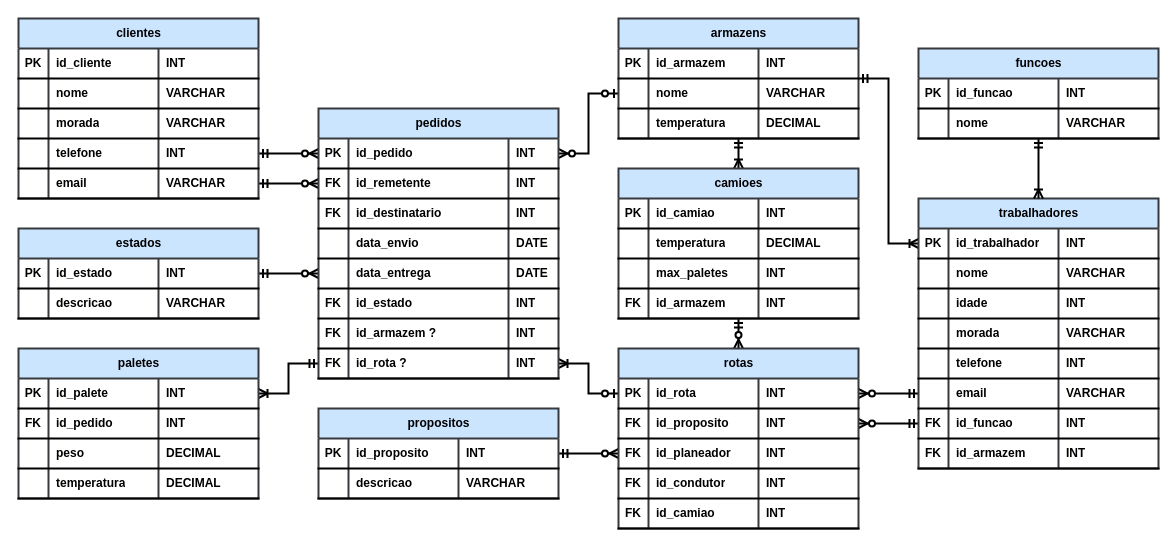
Earlier version of the draw.io diagram page "Diagrama ER (Crow's Foot)" (3 of 3) of Diagramas/diagramas.drawio (VicLourenco40/dwdm-sql-logistica). Source tidied: cells renumbered, new cells numbered last; positions are measured from the earlier drawing's top-left corner, leaving out a move shared by most shapes. Both pictures are drawn from the tidied source at 100%, with x=0, y=0 at pixel (18, 18).
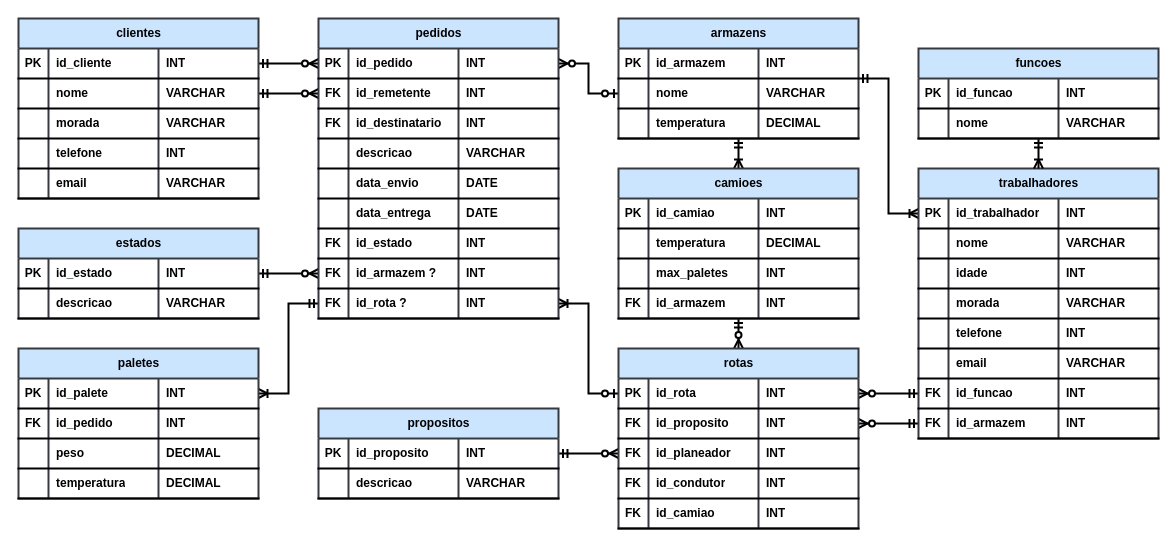
After the change.

The change refers to these unchanged cells:
```xml
<mxCell id="28" style="shape=tableRow;horizontal=0;startSize=0;swimlaneHead=0;swimlaneBody=0;fillColor=none;points=[[0,0.5],[1,0.5]];portConstraint=eastwest;top=0;left=0;right=0;bottom=1;fontStyle=1;strokeWidth=2;labelBackgroundColor=none;" parent="27" vertex="1">
  <mxGeometry y="30" width="240" height="30" as="geometry" />
</mxCell>
<mxCell id="32" style="shape=tableRow;horizontal=0;startSize=0;swimlaneHead=0;swimlaneBody=0;fillColor=none;points=[[0,0.5],[1,0.5]];portConstraint=eastwest;top=0;left=0;right=0;bottom=1;fontStyle=1;strokeWidth=2;labelBackgroundColor=none;" parent="27" vertex="1">
  <mxGeometry y="60" width="240" height="30" as="geometry" />
</mxCell>
<mxCell id="36" style="shape=tableRow;horizontal=0;startSize=0;swimlaneHead=0;swimlaneBody=0;fillColor=none;top=0;left=0;right=0;bottom=1;fontStyle=1;strokeWidth=2;labelBackgroundColor=none;" parent="27" vertex="1">
  <mxGeometry y="90" width="240" height="30" as="geometry" />
</mxCell>
<mxCell id="98" style="shape=tableRow;horizontal=0;startSize=0;swimlaneHead=0;swimlaneBody=0;fillColor=none;points=[[0,0.5],[1,0.5]];portConstraint=eastwest;top=0;left=0;right=0;bottom=1;fontStyle=1;strokeWidth=2;labelBackgroundColor=none;" parent="77" vertex="1">
  <mxGeometry y="180" width="240" height="30" as="geometry" />
</mxCell>
<mxCell id="102" style="shape=tableRow;horizontal=0;startSize=0;swimlaneHead=0;swimlaneBody=0;fillColor=none;points=[[0,0.5],[1,0.5]];portConstraint=eastwest;top=0;left=0;right=0;bottom=1;fontStyle=1;strokeWidth=2;labelBackgroundColor=none;" parent="77" vertex="1">
  <mxGeometry y="210" width="240" height="30" as="geometry" />
</mxCell>
<mxCell id="106" style="shape=tableRow;horizontal=0;startSize=0;swimlaneHead=0;swimlaneBody=0;fillColor=none;points=[[0,0.5],[1,0.5]];portConstraint=eastwest;top=0;left=0;right=0;bottom=1;fontStyle=1;strokeWidth=2;labelBackgroundColor=none;" parent="77" vertex="1">
  <mxGeometry y="240" width="240" height="30" as="geometry" />
</mxCell>
<mxCell id="128" style="shape=tableRow;horizontal=0;startSize=0;swimlaneHead=0;swimlaneBody=0;fillColor=none;points=[[0,0.5],[1,0.5]];portConstraint=eastwest;top=0;left=0;right=0;bottom=1;fontStyle=1;strokeWidth=2;labelBackgroundColor=none;" parent="127" vertex="1">
  <mxGeometry y="30" width="240" height="30" as="geometry" />
</mxCell>
<mxCell id="132" style="shape=tableRow;horizontal=0;startSize=0;swimlaneHead=0;swimlaneBody=0;fillColor=none;points=[[0,0.5],[1,0.5]];portConstraint=eastwest;top=0;left=0;right=0;bottom=1;fontStyle=1;strokeWidth=2;labelBackgroundColor=none;" parent="127" vertex="1">
  <mxGeometry y="60" width="240" height="30" as="geometry" />
</mxCell>
<mxCell id="140" style="shape=tableRow;horizontal=0;startSize=0;swimlaneHead=0;swimlaneBody=0;fillColor=none;points=[[0,0.5],[1,0.5]];portConstraint=eastwest;top=0;left=0;right=0;bottom=1;fontStyle=1;strokeWidth=2;labelBackgroundColor=none;" parent="127" vertex="1">
  <mxGeometry y="120" width="240" height="30" as="geometry" />
</mxCell>
<mxCell id="144" style="shape=tableRow;horizontal=0;startSize=0;swimlaneHead=0;swimlaneBody=0;fillColor=none;points=[[0,0.5],[1,0.5]];portConstraint=eastwest;top=0;left=0;right=0;bottom=1;fontStyle=1;strokeWidth=2;labelBackgroundColor=none;" parent="127" vertex="1">
  <mxGeometry y="150" width="240" height="30" as="geometry" />
</mxCell>
<mxCell id="149" style="shape=tableRow;horizontal=0;startSize=0;swimlaneHead=0;swimlaneBody=0;fillColor=none;points=[[0,0.5],[1,0.5]];portConstraint=eastwest;top=0;left=0;right=0;bottom=1;fontStyle=1;strokeWidth=2;labelBackgroundColor=none;" parent="148" vertex="1">
  <mxGeometry y="30" width="240" height="30" as="geometry" />
</mxCell>
<mxCell id="153" style="shape=tableRow;horizontal=0;startSize=0;swimlaneHead=0;swimlaneBody=0;fillColor=none;points=[[0,0.5],[1,0.5]];portConstraint=eastwest;top=0;left=0;right=0;bottom=1;fontStyle=1;strokeWidth=2;labelBackgroundColor=none;" parent="148" vertex="1">
  <mxGeometry y="60" width="240" height="30" as="geometry" />
</mxCell>
<mxCell id="180" style="shape=tableRow;horizontal=0;startSize=0;swimlaneHead=0;swimlaneBody=0;fillColor=none;points=[[0,0.5],[1,0.5]];portConstraint=eastwest;top=0;left=0;right=0;bottom=1;fontStyle=1;strokeWidth=2;labelBackgroundColor=none;" parent="179" vertex="1">
  <mxGeometry y="30" width="240" height="30" as="geometry" />
</mxCell>
```

Diff of the diagram source:
```diff
@@
-    <mxCell id="7" style="fontSize=12;html=1;endArrow=ERzeroToMany;startArrow=ERmandOne;rounded=0;entryX=1;entryY=0.5;entryDx=0;entryDy=0;exitX=0;exitY=0.5;exitDx=0;exitDy=0;fontStyle=1;strokeWidth=2;labelBackgroundColor=none;fontColor=default;" parent="1" edge="1" source="102" target="153">
+    <mxCell id="7" style="fontSize=12;html=1;endArrow=ERzeroToMany;startArrow=ERmandOne;rounded=0;entryX=1;entryY=0.5;entryDx=0;entryDy=0;exitX=0;exitY=0.5;exitDx=0;exitDy=0;fontStyle=1;strokeWidth=2;labelBackgroundColor=none;fontColor=default;" parent="1" edge="1" source="106" target="153">
       <mxGeometry relative="1" as="geometry" />
     </mxCell>
-    <mxCell id="8" style="fontSize=12;html=1;endArrow=ERzeroToMany;startArrow=ERmandOne;rounded=0;elbow=vertical;fontStyle=1;strokeWidth=2;labelBackgroundColor=none;fontColor=default;" parent="1" edge="1" source="98" target="149">
+    <mxCell id="8" style="fontSize=12;html=1;endArrow=ERzeroToMany;startArrow=ERmandOne;rounded=0;elbow=vertical;fontStyle=1;strokeWidth=2;labelBackgroundColor=none;fontColor=default;exitX=0;exitY=0.5;exitDx=0;exitDy=0;" parent="1" edge="1" source="102" target="149">
       <mxGeometry relative="1" as="geometry" />
     </mxCell>
-    <mxCell id="9" style="fontSize=12;html=1;endArrow=ERzeroToMany;startArrow=ERmandOne;rounded=0;entryX=0;entryY=0.5;entryDx=0;entryDy=0;exitX=1;exitY=0.5;exitDx=0;exitDy=0;fontStyle=1;strokeWidth=2;labelBackgroundColor=none;fontColor=default;" parent="1" edge="1" source="140" target="28">
+    <mxCell id="9" style="fontSize=12;html=1;endArrow=ERzeroToMany;startArrow=ERmandOne;rounded=0;entryX=0;entryY=0.5;entryDx=0;entryDy=0;exitX=1;exitY=0.5;exitDx=0;exitDy=0;fontStyle=1;strokeWidth=2;labelBackgroundColor=none;fontColor=default;" parent="1" edge="1" source="128" target="28">
       <mxGeometry relative="1" as="geometry" />
     </mxCell>
-    <mxCell id="10" style="fontSize=12;html=1;endArrow=ERzeroToMany;startArrow=ERmandOne;rounded=0;entryX=0;entryY=0.5;entryDx=0;entryDy=0;exitX=1;exitY=0.5;exitDx=0;exitDy=0;fontStyle=1;strokeWidth=2;labelBackgroundColor=none;fontColor=default;" parent="1" edge="1" source="144" target="32">
+    <mxCell id="10" style="fontSize=12;html=1;endArrow=ERzeroToMany;startArrow=ERmandOne;rounded=0;entryX=0;entryY=0.5;entryDx=0;entryDy=0;exitX=1;exitY=0.5;exitDx=0;exitDy=0;fontStyle=1;strokeWidth=2;labelBackgroundColor=none;fontColor=default;" parent="1" edge="1" source="132" target="32">
       <mxGeometry relative="1" as="geometry" />
     </mxCell>
-    <mxCell id="11" style="edgeStyle=entityRelationEdgeStyle;fontSize=12;html=1;endArrow=ERzeroToMany;startArrow=ERmandOne;rounded=0;exitX=1;exitY=0.5;exitDx=0;exitDy=0;entryX=0;entryY=0.5;entryDx=0;entryDy=0;fontStyle=1;strokeWidth=2;labelBackgroundColor=none;fontColor=default;" parent="1" edge="1" source="180" target="44">
+    <mxCell id="11" style="edgeStyle=entityRelationEdgeStyle;fontSize=12;html=1;endArrow=ERzeroToMany;startArrow=ERmandOne;rounded=0;exitX=1;exitY=0.5;exitDx=0;exitDy=0;entryX=0;entryY=0.5;entryDx=0;entryDy=0;fontStyle=1;strokeWidth=2;labelBackgroundColor=none;fontColor=default;" parent="1" edge="1" source="180" target="52">
       <mxGeometry relative="1" as="geometry" />
     </mxCell>
@@
     <mxCell id="27" value="pedidos" style="shape=table;startSize=30;childLayout=tableLayout;rowLines=0;fontStyle=1;align=center;html=1;strokeWidth=2;labelBackgroundColor=none;swimlaneFillColor=default;fillColor=#cce5ff;strokeColor=#36393d;" parent="1" vertex="1">
-      <mxGeometry x="300" y="90" width="240" height="270" as="geometry" />
+      <mxGeometry x="300" width="240" height="300" as="geometry" />
     </mxCell>
@@
     <mxCell id="30" value="id_pedido" style="shape=partialRectangle;fillColor=none;top=0;left=0;bottom=0;right=0;align=left;spacingLeft=6;fontStyle=1;overflow=hidden;whiteSpace=wrap;html=1;strokeWidth=2;labelBackgroundColor=none;" parent="28" vertex="1">
-      <mxGeometry x="30" width="160" height="30" as="geometry" />
+      <mxGeometry x="30" width="110" height="30" as="geometry" />
     </mxCell>
     <mxCell id="31" value="INT" style="shape=partialRectangle;fillColor=none;top=0;left=0;bottom=0;right=0;align=left;spacingLeft=6;fontStyle=1;overflow=hidden;whiteSpace=wrap;html=1;strokeWidth=2;labelBackgroundColor=none;" parent="28" vertex="1">
-      <mxGeometry x="190" width="50" height="30" as="geometry" />
+      <mxGeometry x="140" width="100" height="30" as="geometry" />
     </mxCell>
@@
     <mxCell id="34" value="id_remetente" style="shape=partialRectangle;fillColor=none;top=0;left=0;bottom=0;right=0;align=left;spacingLeft=6;fontStyle=1;overflow=hidden;whiteSpace=wrap;html=1;strokeWidth=2;labelBackgroundColor=none;" parent="32" vertex="1">
-      <mxGeometry x="30" width="160" height="30" as="geometry" />
+      <mxGeometry x="30" width="110" height="30" as="geometry" />
     </mxCell>
     <mxCell id="35" value="INT" style="shape=partialRectangle;fillColor=none;top=0;left=0;bottom=0;right=0;align=left;spacingLeft=6;fontStyle=1;overflow=hidden;whiteSpace=wrap;html=1;strokeWidth=2;labelBackgroundColor=none;" parent="32" vertex="1">
-      <mxGeometry x="190" width="50" height="30" as="geometry" />
+      <mxGeometry x="140" width="100" height="30" as="geometry" />
     </mxCell>
@@
     <mxCell id="38" value="id_destinatario" style="shape=partialRectangle;fillColor=none;top=0;left=0;bottom=0;right=0;align=left;spacingLeft=6;fontStyle=1;overflow=hidden;whiteSpace=wrap;html=1;strokeWidth=2;labelBackgroundColor=none;" parent="36" vertex="1">
-      <mxGeometry x="30" width="160" height="30" as="geometry" />
+      <mxGeometry x="30" width="110" height="30" as="geometry" />
     </mxCell>
     <mxCell id="39" value="INT" style="shape=partialRectangle;fillColor=none;top=0;left=0;bottom=0;right=0;align=left;spacingLeft=6;fontStyle=1;overflow=hidden;whiteSpace=wrap;html=1;strokeWidth=2;labelBackgroundColor=none;" parent="36" vertex="1">
-      <mxGeometry x="190" width="50" height="30" as="geometry" />
+      <mxGeometry x="140" width="100" height="30" as="geometry" />
     </mxCell>
+    <mxCell id="197" style="shape=tableRow;horizontal=0;startSize=0;swimlaneHead=0;swimlaneBody=0;fillColor=none;top=0;left=0;right=0;bottom=1;fontStyle=1;strokeWidth=2;labelBackgroundColor=none;" parent="27" vertex="1">
+      <mxGeometry y="120" width="240" height="30" as="geometry" />
+    </mxCell>
+    <mxCell id="198" style="shape=partialRectangle;fillColor=none;top=0;left=0;bottom=0;right=0;fontStyle=1;overflow=hidden;whiteSpace=wrap;html=1;strokeWidth=2;labelBackgroundColor=none;" parent="197" vertex="1">
+      <mxGeometry width="30" height="30" as="geometry" />
+    </mxCell>
+    <mxCell id="199" value="descricao" style="shape=partialRectangle;fillColor=none;top=0;left=0;bottom=0;right=0;align=left;spacingLeft=6;fontStyle=1;overflow=hidden;whiteSpace=wrap;html=1;strokeWidth=2;labelBackgroundColor=none;" parent="197" vertex="1">
+      <mxGeometry x="30" width="110" height="30" as="geometry" />
+    </mxCell>
+    <mxCell id="200" value="VARCHAR" style="shape=partialRectangle;fillColor=none;top=0;left=0;bottom=0;right=0;align=left;spacingLeft=6;fontStyle=1;overflow=hidden;whiteSpace=wrap;html=1;strokeWidth=2;labelBackgroundColor=none;" parent="197" vertex="1">
+      <mxGeometry x="140" width="100" height="30" as="geometry" />
+    </mxCell>
     <mxCell id="40" style="shape=tableRow;horizontal=0;startSize=0;swimlaneHead=0;swimlaneBody=0;fillColor=none;top=0;left=0;right=0;bottom=1;fontStyle=1;strokeWidth=2;labelBackgroundColor=none;" parent="27" vertex="1">
-      <mxGeometry y="120" width="240" height="30" as="geometry" />
+      <mxGeometry y="150" width="240" height="30" as="geometry" />
     </mxCell>
@@
     <mxCell id="42" value="data_envio" style="shape=partialRectangle;fillColor=none;top=0;left=0;bottom=0;right=0;align=left;spacingLeft=6;fontStyle=1;overflow=hidden;whiteSpace=wrap;html=1;strokeWidth=2;labelBackgroundColor=none;" parent="40" vertex="1">
-      <mxGeometry x="30" width="160" height="30" as="geometry" />
+      <mxGeometry x="30" width="110" height="30" as="geometry" />
     </mxCell>
     <mxCell id="43" value="DATE" style="shape=partialRectangle;fillColor=none;top=0;left=0;bottom=0;right=0;align=left;spacingLeft=6;fontStyle=1;overflow=hidden;whiteSpace=wrap;html=1;strokeWidth=2;labelBackgroundColor=none;" parent="40" vertex="1">
-      <mxGeometry x="190" width="50" height="30" as="geometry" />
+      <mxGeometry x="140" width="100" height="30" as="geometry" />
     </mxCell>
     <mxCell id="44" style="shape=tableRow;horizontal=0;startSize=0;swimlaneHead=0;swimlaneBody=0;fillColor=none;points=[[0,0.5],[1,0.5]];portConstraint=eastwest;top=0;left=0;right=0;bottom=1;fontStyle=1;strokeWidth=2;labelBackgroundColor=none;" parent="27" vertex="1">
-      <mxGeometry y="150" width="240" height="30" as="geometry" />
+      <mxGeometry y="180" width="240" height="30" as="geometry" />
     </mxCell>
@@
     <mxCell id="46" value="data_entrega" style="shape=partialRectangle;fillColor=none;top=0;left=0;bottom=0;right=0;align=left;spacingLeft=6;fontStyle=1;overflow=hidden;whiteSpace=wrap;html=1;strokeWidth=2;labelBackgroundColor=none;" parent="44" vertex="1">
-      <mxGeometry x="30" width="160" height="30" as="geometry" />
+      <mxGeometry x="30" width="110" height="30" as="geometry" />
     </mxCell>
     <mxCell id="47" value="DATE" style="shape=partialRectangle;fillColor=none;top=0;left=0;bottom=0;right=0;align=left;spacingLeft=6;fontStyle=1;overflow=hidden;whiteSpace=wrap;html=1;strokeWidth=2;labelBackgroundColor=none;" parent="44" vertex="1">
-      <mxGeometry x="190" width="50" height="30" as="geometry" />
+      <mxGeometry x="140" width="100" height="30" as="geometry" />
     </mxCell>
     <mxCell id="48" style="shape=tableRow;horizontal=0;startSize=0;swimlaneHead=0;swimlaneBody=0;fillColor=none;top=0;left=0;right=0;bottom=1;fontStyle=1;strokeWidth=2;labelBackgroundColor=none;" parent="27" vertex="1">
-      <mxGeometry y="180" width="240" height="30" as="geometry" />
+      <mxGeometry y="210" width="240" height="30" as="geometry" />
     </mxCell>
@@
     <mxCell id="50" value="id_estado" style="shape=partialRectangle;fillColor=none;top=0;left=0;bottom=0;right=0;align=left;spacingLeft=6;fontStyle=1;overflow=hidden;whiteSpace=wrap;html=1;strokeWidth=2;labelBackgroundColor=none;" parent="48" vertex="1">
-      <mxGeometry x="30" width="160" height="30" as="geometry" />
+      <mxGeometry x="30" width="110" height="30" as="geometry" />
     </mxCell>
     <mxCell id="51" value="INT" style="shape=partialRectangle;fillColor=none;top=0;left=0;bottom=0;right=0;align=left;spacingLeft=6;fontStyle=1;overflow=hidden;whiteSpace=wrap;html=1;strokeWidth=2;labelBackgroundColor=none;" parent="48" vertex="1">
-      <mxGeometry x="190" width="50" height="30" as="geometry" />
+      <mxGeometry x="140" width="100" height="30" as="geometry" />
     </mxCell>
     <mxCell id="52" style="shape=tableRow;horizontal=0;startSize=0;swimlaneHead=0;swimlaneBody=0;fillColor=none;points=[[0,0.5],[1,0.5]];portConstraint=eastwest;top=0;left=0;right=0;bottom=1;fontStyle=1;strokeWidth=2;labelBackgroundColor=none;" parent="27" vertex="1">
-      <mxGeometry y="210" width="240" height="30" as="geometry" />
+      <mxGeometry y="240" width="240" height="30" as="geometry" />
     </mxCell>
@@
     <mxCell id="54" value="id_armazem ?" style="shape=partialRectangle;fillColor=none;top=0;left=0;bottom=0;right=0;align=left;spacingLeft=6;fontStyle=1;overflow=hidden;whiteSpace=wrap;html=1;strokeWidth=2;labelBackgroundColor=none;" parent="52" vertex="1">
-      <mxGeometry x="30" width="160" height="30" as="geometry" />
+      <mxGeometry x="30" width="110" height="30" as="geometry" />
     </mxCell>
     <mxCell id="55" value="INT" style="shape=partialRectangle;fillColor=none;top=0;left=0;bottom=0;right=0;align=left;spacingLeft=6;fontStyle=1;overflow=hidden;whiteSpace=wrap;html=1;strokeWidth=2;labelBackgroundColor=none;" parent="52" vertex="1">
-      <mxGeometry x="190" width="50" height="30" as="geometry" />
+      <mxGeometry x="140" width="100" height="30" as="geometry" />
     </mxCell>
     <mxCell id="56" style="shape=tableRow;horizontal=0;startSize=0;swimlaneHead=0;swimlaneBody=0;fillColor=none;points=[[0,0.5],[1,0.5]];portConstraint=eastwest;top=0;left=0;right=0;bottom=1;fontStyle=1;strokeWidth=2;labelBackgroundColor=none;" parent="27" vertex="1">
-      <mxGeometry y="240" width="240" height="30" as="geometry" />
+      <mxGeometry y="270" width="240" height="30" as="geometry" />
     </mxCell>
@@
     <mxCell id="58" value="id_rota ?" style="shape=partialRectangle;fillColor=none;top=0;left=0;bottom=0;right=0;align=left;spacingLeft=6;fontStyle=1;overflow=hidden;whiteSpace=wrap;html=1;strokeWidth=2;labelBackgroundColor=none;" parent="56" vertex="1">
-      <mxGeometry x="30" width="160" height="30" as="geometry" />
+      <mxGeometry x="30" width="110" height="30" as="geometry" />
     </mxCell>
     <mxCell id="59" value="INT" style="shape=partialRectangle;fillColor=none;top=0;left=0;bottom=0;right=0;align=left;spacingLeft=6;fontStyle=1;overflow=hidden;whiteSpace=wrap;html=1;strokeWidth=2;labelBackgroundColor=none;" parent="56" vertex="1">
-      <mxGeometry x="190" width="50" height="30" as="geometry" />
+      <mxGeometry x="140" width="100" height="30" as="geometry" />
     </mxCell>
@@
     <mxCell id="77" value="trabalhadores" style="shape=table;startSize=30;childLayout=tableLayout;rowLines=0;fontStyle=1;align=center;html=1;strokeWidth=2;labelBackgroundColor=none;swimlaneFillColor=default;fillColor=#cce5ff;strokeColor=#36393d;" parent="1" vertex="1">
-      <mxGeometry x="900" y="180" width="240" height="270" as="geometry" />
+      <mxGeometry x="900" y="150" width="240" height="270" as="geometry" />
     </mxCell>
```
